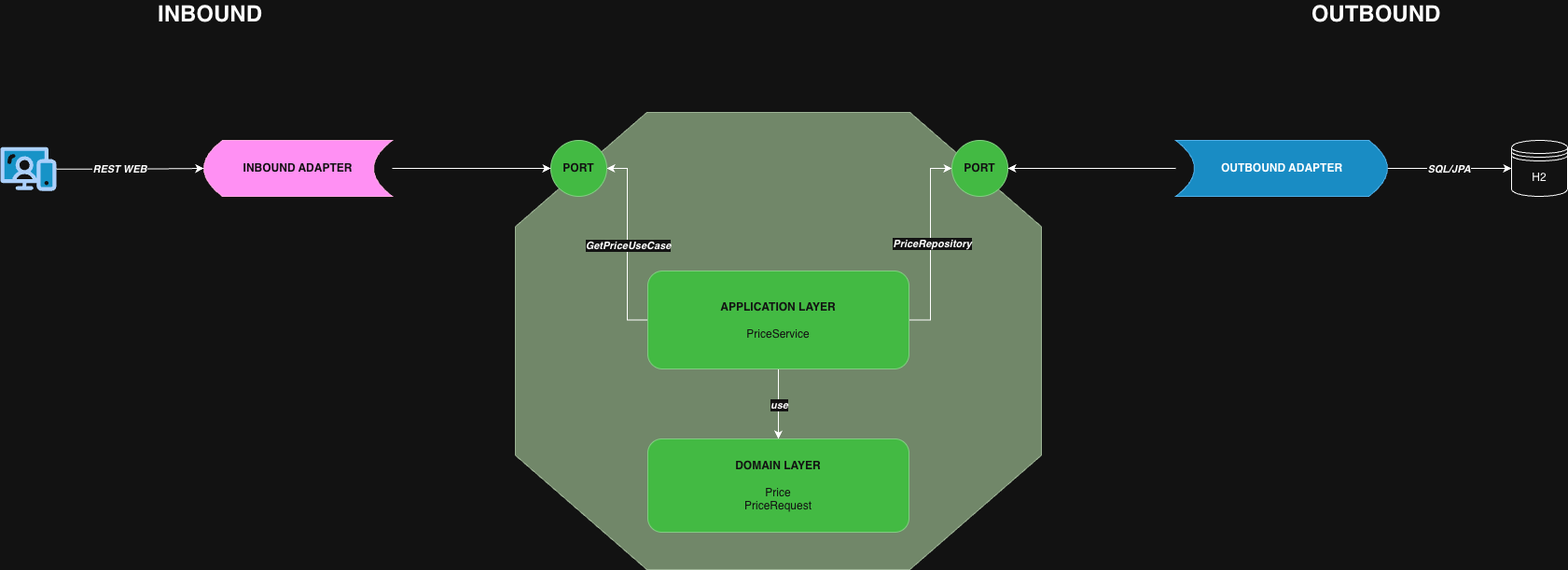
devscript94-eng/retail-pricing-app keeps this draw.io diagram as assets/hexagonal-view.png. Above is the earlier version. Source tidied: cells renumbered, new cells last; positions are measured from the earlier drawing's top-left corner, leaving out a move shared by most shapes.
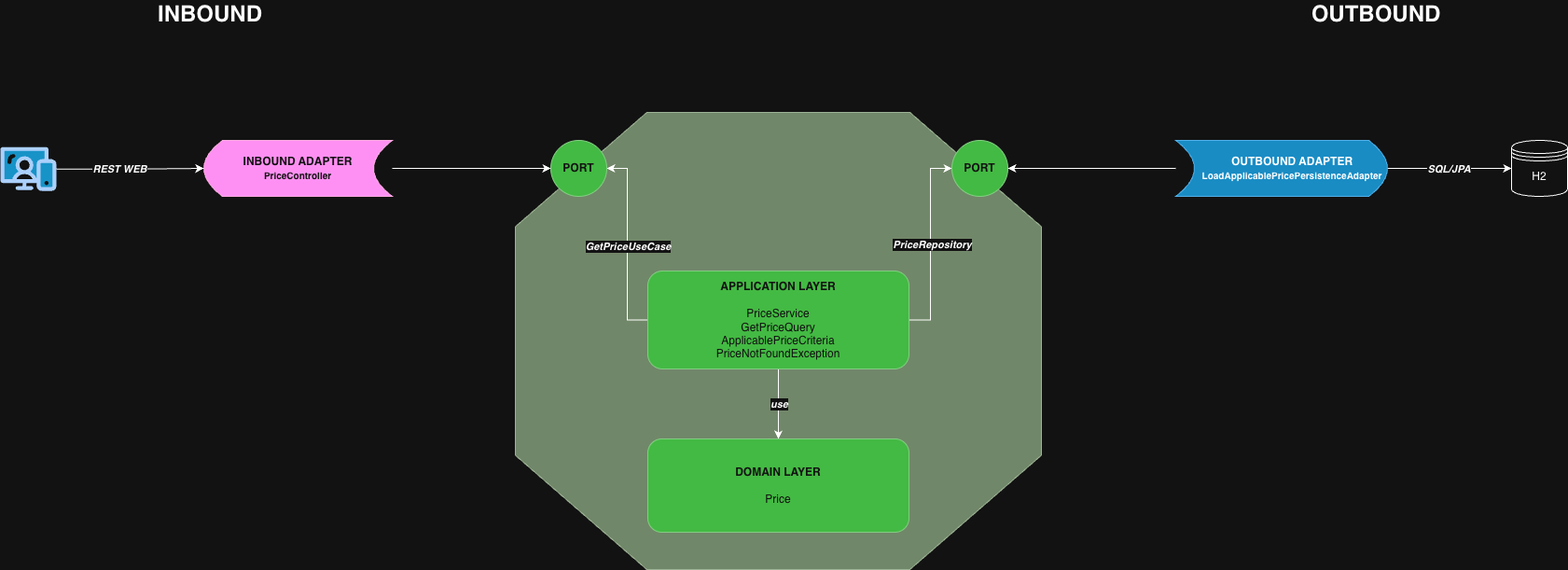
The same diagram one commit later.

The edit, as a diff of the source:
```diff
@@ -27,10 +27,10 @@
         <mxPoint y="1" as="offset" />
       </mxGeometry>
     </mxCell>
-    <mxCell id="9" value="&lt;b&gt;APPLICATION LAYER&lt;/b&gt;&lt;br&gt;&lt;br&gt;PriceService" style="rounded=1;whiteSpace=wrap;html=1;fillColor=#008a00;fontColor=#ffffff;strokeColor=#005700;" parent="1" vertex="1">
+    <mxCell id="9" value="&lt;b&gt;APPLICATION LAYER&lt;/b&gt;&lt;br&gt;&lt;br&gt;PriceService&lt;br&gt;GetPriceQuery&lt;br&gt;ApplicablePriceCriteria&lt;br&gt;PriceNotFoundException" style="rounded=1;whiteSpace=wrap;html=1;fillColor=#008a00;fontColor=#ffffff;strokeColor=#005700;" parent="1" vertex="1">
       <mxGeometry x="694" y="290" width="280" height="105" as="geometry" />
     </mxCell>
-    <mxCell id="10" value="&lt;b&gt;DOMAIN LAYER&lt;/b&gt;&lt;br&gt;&lt;br&gt;Price&lt;br&gt;PriceRequest" style="rounded=1;whiteSpace=wrap;html=1;fillColor=#008a00;fontColor=#ffffff;strokeColor=#005700;" parent="1" vertex="1">
+    <mxCell id="10" value="&lt;b&gt;DOMAIN LAYER&lt;/b&gt;&lt;br&gt;&lt;br&gt;Price" style="rounded=1;whiteSpace=wrap;html=1;fillColor=#008a00;fontColor=#ffffff;strokeColor=#005700;" parent="1" vertex="1">
       <mxGeometry x="694" y="470" width="280" height="100" as="geometry" />
     </mxCell>
     <mxCell id="11" value="PORT" style="ellipse;whiteSpace=wrap;html=1;fontStyle=1;fillColor=#008a00;fontColor=#ffffff;strokeColor=#005700;" parent="1" vertex="1">
@@ -48,7 +48,7 @@
     <mxCell id="15" style="edgeStyle=orthogonalEdgeStyle;rounded=0;jettySize=auto;html=1;entryX=0;entryY=0.5;entryDx=0;entryDy=0;" parent="1" edge="1" source="16" target="12">
       <mxGeometry relative="1" as="geometry" />
     </mxCell>
-    <mxCell id="16" value="INBOUND ADAPTER" style="shape=dataStorage;whiteSpace=wrap;html=1;fixedSize=1;fontStyle=1;fillColor=#d80073;fontColor=#ffffff;strokeColor=#A50040;" parent="1" vertex="1">
+    <mxCell id="16" value="INBOUND ADAPTER&lt;br&gt;&lt;font style=&quot;font-size: 10px;&quot;&gt;PriceController&lt;/font&gt;" style="shape=dataStorage;whiteSpace=wrap;html=1;fixedSize=1;fontStyle=1;fillColor=#d80073;fontColor=#ffffff;strokeColor=#A50040;" parent="1" vertex="1">
       <mxGeometry x="218" y="150" width="202" height="60" as="geometry" />
     </mxCell>
     <mxCell id="17" style="edgeStyle=orthogonalEdgeStyle;rounded=0;jettySize=auto;html=1;entryX=1;entryY=0.5;entryDx=0;entryDy=0;" parent="1" edge="1" source="20" target="11">
@@ -75,8 +75,8 @@
     <mxCell id="24" style="verticalLabelPosition=bottom;html=1;shape=mxgraph.salesforce.web;fillColorStyles=fillColor2,fillColor3,fillColor4;fillColor2=#032d60;fillColor3=#0d9dda;fillColor4=#ffffff;fillColor=none;strokeColor=none;" parent="1" vertex="1">
       <mxGeometry y="157" width="60" height="47.4" as="geometry" />
     </mxCell>
-    <mxCell id="25" value="OUTBOUND ADAPTER" style="text;html=1;whiteSpace=wrap;strokeColor=none;fillColor=none;align=center;verticalAlign=middle;rounded=0;fontStyle=1;" parent="1" vertex="1">
-      <mxGeometry x="1288.5" y="165" width="170" height="30" as="geometry" />
+    <mxCell id="25" value="OUTBOUND ADAPTER&lt;br&gt;&lt;font style=&quot;font-size: 10px;&quot;&gt;LoadApplicablePricePersistenceAdapter&lt;/font&gt;" style="text;html=1;whiteSpace=wrap;strokeColor=none;fillColor=none;align=center;verticalAlign=middle;rounded=0;fontStyle=1;" parent="1" vertex="1">
+      <mxGeometry x="1300" y="165" width="170" height="30" as="geometry" />
     </mxCell>
   </root>
 </mxGraphModel>
```
